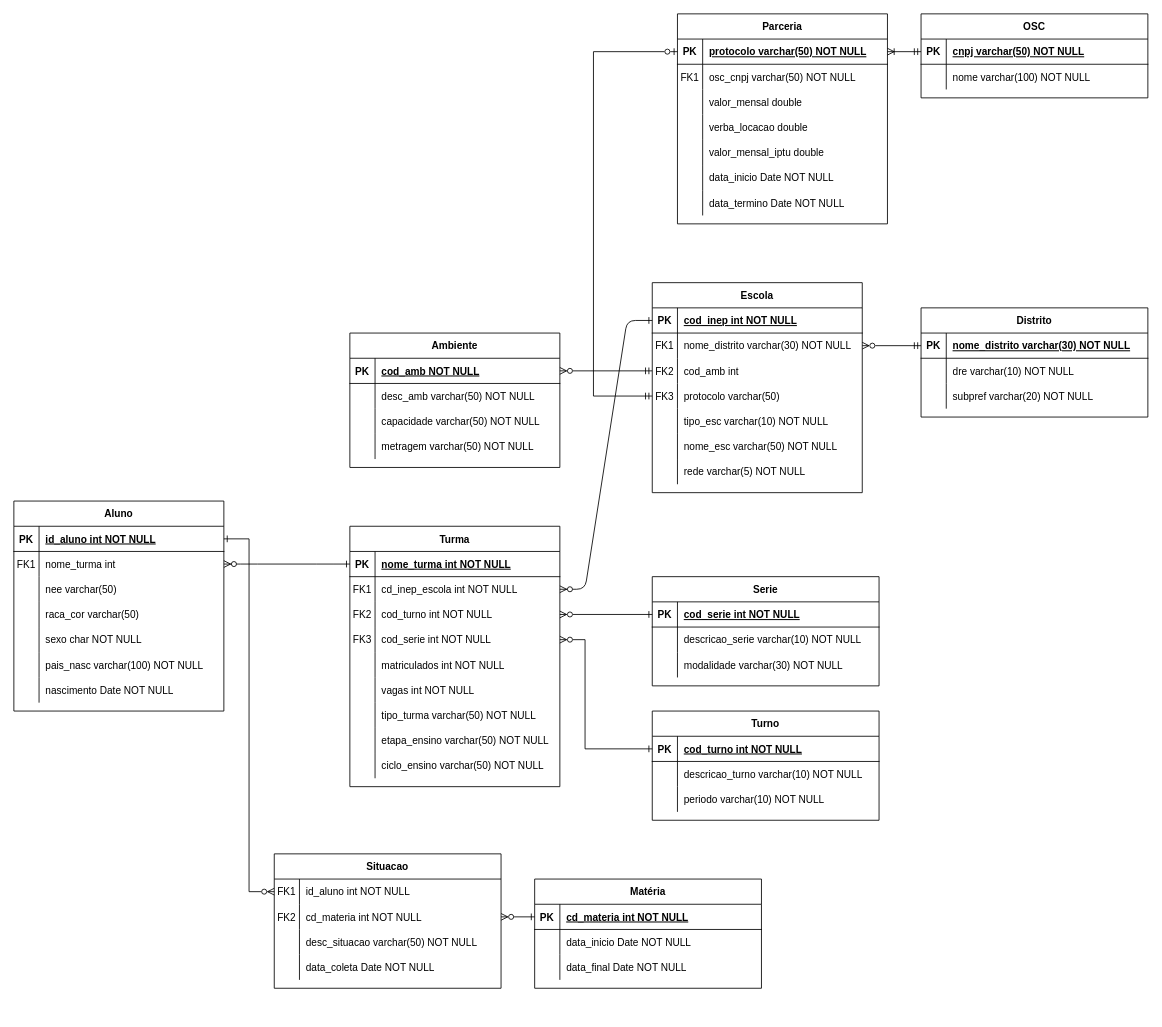
biabuarque/MC536 keeps this draw.io diagram as diagrams/diagrama.drawio. Above is the earlier version. Source tidied: cells renumbered, new cells numbered last; positions are measured from the earlier drawing's top-left corner, leaving out a move shared by most shapes. Both pictures are drawn from the tidied source at 84%, with x=0, y=0 at pixel (13, 13).
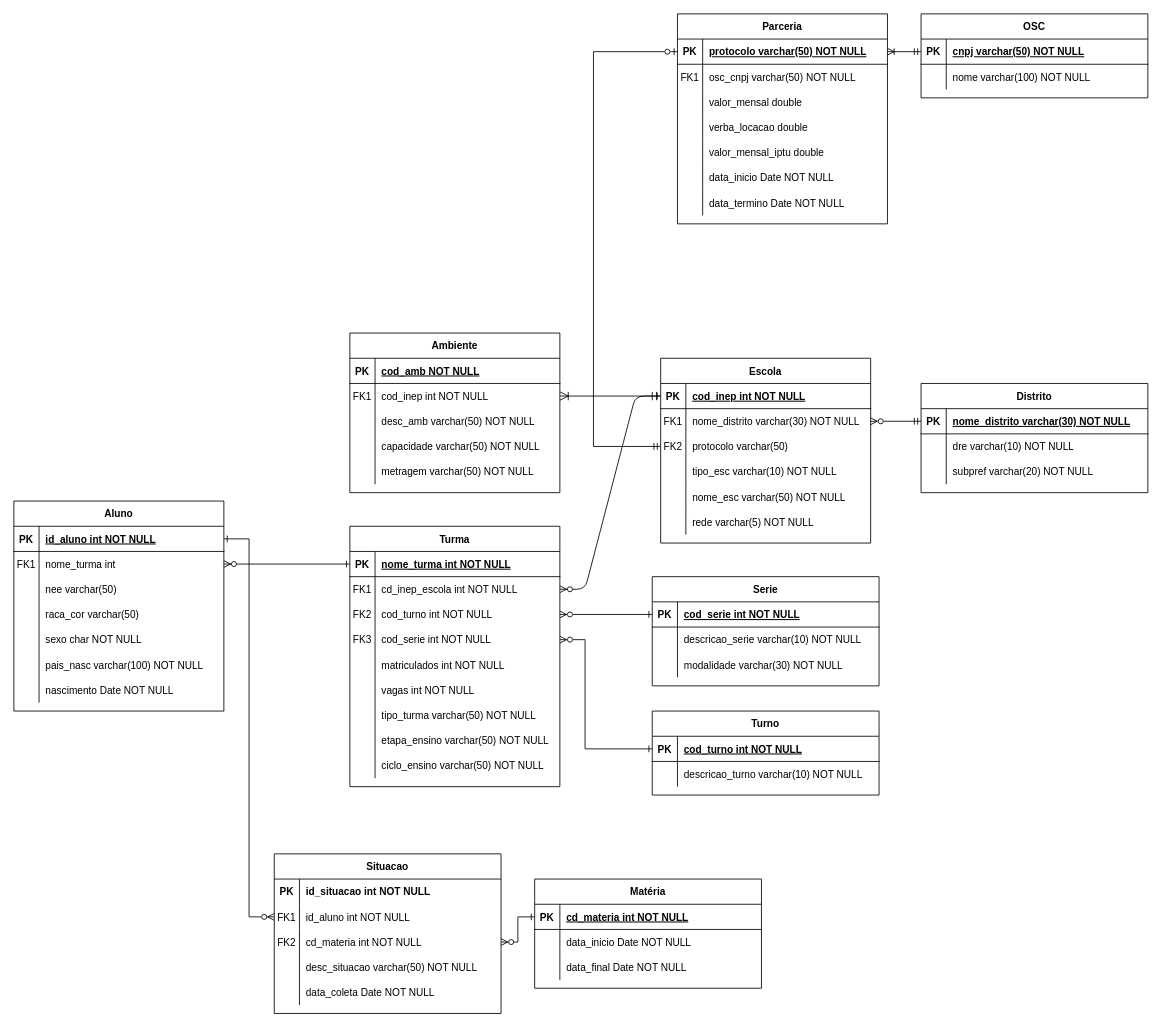
After the change.

The change refers to these unchanged cells:
```xml
<mxCell id="31" style="shape=partialRectangle;fillColor=none;points=[[0,0.5],[1,0.5]];portConstraint=eastwest;top=0;left=0;right=0;bottom=1;" parent="30" vertex="1">
  <mxGeometry y="30" width="250" height="30" as="geometry" />
</mxCell>
<mxCell id="53" style="shape=partialRectangle;fillColor=none;points=[[0,0.5],[1,0.5]];portConstraint=eastwest;top=0;left=0;right=0;bottom=1;" parent="52" vertex="1">
  <mxGeometry y="30" width="250" height="30" as="geometry" />
</mxCell>
<mxCell id="135" style="shape=partialRectangle;fillColor=none;points=[[0,0.5],[1,0.5]];portConstraint=eastwest;top=0;left=0;right=0;bottom=1;" parent="134" vertex="1">
  <mxGeometry y="30" width="250" height="30" as="geometry" />
</mxCell>
<mxCell id="138" style="shape=partialRectangle;fillColor=none;points=[[0,0.5],[1,0.5]];portConstraint=eastwest;top=0;left=0;right=0;bottom=0;" parent="134" vertex="1">
  <mxGeometry y="60" width="250" height="30" as="geometry" />
</mxCell>
<mxCell id="149" style="shape=partialRectangle;fillColor=none;points=[[0,0.5],[1,0.5]];portConstraint=eastwest;top=0;left=0;right=0;bottom=1;" parent="148" vertex="1">
  <mxGeometry y="30" width="250" height="30" as="geometry" />
</mxCell>
```

What changed in the source:
```diff
@@
     <mxCell id="30" value="Escola" style="shape=table;startSize=30;childLayout=tableLayout;rowLines=0;fontStyle=1;align=center;" parent="1" vertex="1">
-      <mxGeometry x="760" y="320" width="250" height="250" as="geometry" />
+      <mxGeometry x="770" y="410" width="250" height="220" as="geometry" />
     </mxCell>
@@
-    <mxCell id="37" style="shape=partialRectangle;fillColor=none;points=[[0,0.5],[1,0.5]];portConstraint=eastwest;top=0;left=0;right=0;bottom=0;" parent="30" vertex="1">
-      <mxGeometry y="90" width="250" height="30" as="geometry" />
-    </mxCell>
-    <mxCell id="38" value="FK2" style="shape=partialRectangle;overflow=hidden;fillColor=none;top=0;left=0;bottom=0;right=0;" parent="37" vertex="1">
-      <mxGeometry width="30" height="30" as="geometry" />
-    </mxCell>
-    <mxCell id="39" value="cod_amb int " style="shape=partialRectangle;overflow=hidden;fillColor=none;top=0;left=0;bottom=0;right=0;align=left;spacingLeft=6;" parent="37" vertex="1">
-      <mxGeometry x="30" width="220" height="30" as="geometry" />
-    </mxCell>
     <mxCell id="40" style="shape=partialRectangle;fillColor=none;points=[[0,0.5],[1,0.5]];portConstraint=eastwest;top=0;left=0;right=0;bottom=0;" parent="30" vertex="1">
-      <mxGeometry y="120" width="250" height="30" as="geometry" />
+      <mxGeometry y="90" width="250" height="30" as="geometry" />
     </mxCell>
-    <mxCell id="41" value="FK3" style="shape=partialRectangle;overflow=hidden;fillColor=none;top=0;left=0;bottom=0;right=0;" parent="40" vertex="1">
+    <mxCell id="41" value="FK2" style="shape=partialRectangle;overflow=hidden;fillColor=none;top=0;left=0;bottom=0;right=0;" parent="40" vertex="1">
       <mxGeometry width="30" height="30" as="geometry" />
     </mxCell>
@@
     <mxCell id="43" style="shape=partialRectangle;fillColor=none;top=0;left=0;right=0;bottom=0;" parent="30" vertex="1">
-      <mxGeometry y="150" width="250" height="30" as="geometry" />
+      <mxGeometry y="120" width="250" height="30" as="geometry" />
     </mxCell>
@@
     <mxCell id="46" style="shape=partialRectangle;fillColor=none;top=0;left=0;right=0;bottom=0;" parent="30" vertex="1">
-      <mxGeometry y="180" width="250" height="30" as="geometry" />
+      <mxGeometry y="150" width="250" height="30" as="geometry" />
     </mxCell>
@@
     <mxCell id="49" style="shape=partialRectangle;fillColor=none;top=0;left=0;right=0;bottom=0;" parent="30" vertex="1">
-      <mxGeometry y="210" width="250" height="30" as="geometry" />
+      <mxGeometry y="180" width="250" height="30" as="geometry" />
     </mxCell>
@@
     <mxCell id="74" value="Turno" style="shape=table;startSize=30;childLayout=tableLayout;rowLines=0;fontStyle=1;align=center;" parent="1" vertex="1">
-      <mxGeometry x="760" y="830" width="270" height="130" as="geometry" />
+      <mxGeometry x="760" y="830" width="270" height="100" as="geometry" />
     </mxCell>
@@
-    <mxCell id="81" style="shape=partialRectangle;fillColor=none;top=0;left=0;right=0;bottom=0;" parent="74" vertex="1">
-      <mxGeometry y="90" width="270" height="30" as="geometry" />
-    </mxCell>
-    <mxCell id="82" style="shape=partialRectangle;overflow=hidden;fillColor=none;top=0;left=0;bottom=0;right=0;" parent="81" vertex="1">
-      <mxGeometry width="30" height="30" as="geometry" />
-    </mxCell>
-    <mxCell id="83" value="periodo varchar(10) NOT NULL" style="shape=partialRectangle;overflow=hidden;fillColor=none;top=0;left=0;bottom=0;right=0;align=left;spacingLeft=6;" parent="81" vertex="1">
-      <mxGeometry x="30" width="240" height="30" as="geometry" />
-    </mxCell>
@@
     <mxCell id="98" value="Distrito" style="shape=table;startSize=30;childLayout=tableLayout;rowLines=0;fontStyle=1;align=center;" parent="1" vertex="1">
-      <mxGeometry x="1080" y="350" width="270" height="130" as="geometry" />
+      <mxGeometry x="1080" y="440" width="270" height="130" as="geometry" />
     </mxCell>
@@
     <mxCell id="119" value="Situacao" style="shape=table;startSize=30;childLayout=tableLayout;rowLines=0;fontStyle=1;align=center;" parent="1" vertex="1">
-      <mxGeometry x="310" y="1000" width="270" height="160" as="geometry" />
+      <mxGeometry x="310" y="1000" width="270" height="190" as="geometry" />
     </mxCell>
+    <mxCell id="179" style="shape=partialRectangle;fillColor=none;top=0;left=0;right=0;bottom=0;" parent="119" vertex="1">
+      <mxGeometry y="30" width="270" height="30" as="geometry" />
+    </mxCell>
+    <mxCell id="180" value="PK" style="shape=partialRectangle;overflow=hidden;fillColor=none;top=0;left=0;bottom=0;right=0;fontStyle=1;" parent="179" vertex="1">
+      <mxGeometry width="30" height="30" as="geometry" />
+    </mxCell>
+    <mxCell id="181" value="id_situacao int NOT NULL" style="shape=partialRectangle;overflow=hidden;fillColor=none;top=0;left=0;bottom=0;right=0;align=left;spacingLeft=6;fontStyle=1;" parent="179" vertex="1">
+      <mxGeometry x="30" width="240" height="30" as="geometry" />
+    </mxCell>
     <mxCell id="120" style="shape=partialRectangle;fillColor=none;points=[[0,0.5],[1,0.5]];portConstraint=eastwest;top=0;left=0;right=0;bottom=0;" parent="119" vertex="1">
-      <mxGeometry y="30" width="270" height="30" as="geometry" />
+      <mxGeometry y="60" width="270" height="30" as="geometry" />
     </mxCell>
@@
     <mxCell id="123" style="shape=partialRectangle;fillColor=none;points=[[0,0.5],[1,0.5]];portConstraint=eastwest;top=0;left=0;right=0;bottom=0;" parent="119" vertex="1">
-      <mxGeometry y="60" width="270" height="30" as="geometry" />
+      <mxGeometry y="90" width="270" height="30" as="geometry" />
     </mxCell>
@@
     <mxCell id="126" style="shape=partialRectangle;fillColor=none;top=0;left=0;right=0;bottom=0;" parent="119" vertex="1">
-      <mxGeometry y="90" width="270" height="30" as="geometry" />
+      <mxGeometry y="120" width="270" height="30" as="geometry" />
     </mxCell>
@@
     <mxCell id="129" style="shape=partialRectangle;fillColor=none;top=0;left=0;right=0;bottom=0;" parent="119" vertex="1">
-      <mxGeometry y="120" width="270" height="30" as="geometry" />
+      <mxGeometry y="150" width="270" height="30" as="geometry" />
     </mxCell>
@@
     <mxCell id="132" style="edgeStyle=orthogonalEdgeStyle;rounded=0;jettySize=auto;html=1;exitX=1;exitY=0.5;exitDx=0;exitDy=0;entryX=0;entryY=0.5;entryDx=0;entryDy=0;startArrow=ERone;startFill=0;endArrow=ERzeroToMany;endFill=0;" parent="1" edge="1" source="53" target="120">
       <mxGeometry relative="1" as="geometry">
         <Array as="points">
           <mxPoint x="280" y="625" />
-          <mxPoint x="280" y="1045" />
+          <mxPoint x="280" y="1075" />
         </Array>
       </mxGeometry>
     </mxCell>
@@
     <mxCell id="134" value="Ambiente" style="shape=table;startSize=30;childLayout=tableLayout;rowLines=0;fontStyle=1;align=center;" parent="1" vertex="1">
-      <mxGeometry x="400" y="380" width="250" height="160" as="geometry" />
+      <mxGeometry x="400" y="380" width="250" height="190" as="geometry" />
     </mxCell>
@@
-    <mxCell id="139" style="shape=partialRectangle;overflow=hidden;fillColor=none;top=0;left=0;bottom=0;right=0;" parent="138" vertex="1">
+    <mxCell id="139" value="FK1" style="shape=partialRectangle;overflow=hidden;fillColor=none;top=0;left=0;bottom=0;right=0;" parent="138" vertex="1">
       <mxGeometry width="30" height="30" as="geometry" />
     </mxCell>
-    <mxCell id="140" value="desc_amb varchar(50) NOT NULL" style="shape=partialRectangle;overflow=hidden;fillColor=none;top=0;left=0;bottom=0;right=0;align=left;spacingLeft=6;" parent="138" vertex="1">
+    <mxCell id="140" value="cod_inep int NOT NULL" style="shape=partialRectangle;overflow=hidden;fillColor=none;top=0;left=0;bottom=0;right=0;align=left;spacingLeft=6;" parent="138" vertex="1">
       <mxGeometry x="30" width="220" height="30" as="geometry" />
     </mxCell>
+    <mxCell id="37" style="shape=partialRectangle;fillColor=none;points=[[0,0.5],[1,0.5]];portConstraint=eastwest;top=0;left=0;right=0;bottom=0;" parent="134" vertex="1">
+      <mxGeometry y="90" width="250" height="30" as="geometry" />
+    </mxCell>
+    <mxCell id="82" style="shape=partialRectangle;overflow=hidden;fillColor=none;top=0;left=0;bottom=0;right=0;" parent="37" vertex="1">
+      <mxGeometry width="30" height="30" as="geometry" />
+    </mxCell>
+    <mxCell id="182" value="desc_amb varchar(50) NOT NULL" style="shape=partialRectangle;overflow=hidden;fillColor=none;top=0;left=0;bottom=0;right=0;align=left;spacingLeft=6;" parent="37" vertex="1">
+      <mxGeometry x="30" width="220" height="30" as="geometry" />
+    </mxCell>
     <mxCell id="141" style="shape=partialRectangle;fillColor=none;top=0;left=0;right=0;bottom=0;" parent="134" vertex="1">
-      <mxGeometry y="90" width="250" height="30" as="geometry" />
+      <mxGeometry y="120" width="250" height="30" as="geometry" />
     </mxCell>
@@
     <mxCell id="144" style="shape=partialRectangle;fillColor=none;top=0;left=0;right=0;bottom=0;" parent="134" vertex="1">
-      <mxGeometry y="120" width="250" height="30" as="geometry" />
+      <mxGeometry y="150" width="250" height="30" as="geometry" />
     </mxCell>
@@
-    <mxCell id="147" style="edgeStyle=orthogonalEdgeStyle;rounded=0;jettySize=auto;html=1;exitX=0;exitY=0.5;exitDx=0;exitDy=0;entryX=1;entryY=0.5;entryDx=0;entryDy=0;endArrow=ERzeroToMany;endFill=0;startArrow=ERmandOne;startFill=0;" parent="1" edge="1" source="37" target="135">
-      <mxGeometry relative="1" as="geometry" />
-    </mxCell>
@@
     <mxCell id="170" style="edgeStyle=orthogonalEdgeStyle;rounded=0;jettySize=auto;html=1;exitX=0;exitY=0.5;exitDx=0;exitDy=0;entryX=0;entryY=0.5;entryDx=0;entryDy=0;endArrow=ERmandOne;endFill=0;startArrow=ERzeroToOne;startFill=0;" parent="1" edge="1" source="149" target="40">
       <mxGeometry relative="1" as="geometry">
         <Array as="points">
           <mxPoint x="690" y="45" />
-          <mxPoint x="690" y="455" />
+          <mxPoint x="690" y="515" />
         </Array>
       </mxGeometry>
     </mxCell>
@@
+    <mxCell id="183" style="edgeStyle=none;curved=1;rounded=0;jettySize=auto;html=1;exitX=1;exitY=0.5;exitDx=0;exitDy=0;entryX=0;entryY=0.5;entryDx=0;entryDy=0;fontSize=12;startSize=8;endSize=8;endArrow=ERmandOne;endFill=0;startArrow=ERoneToMany;startFill=0;" parent="1" edge="1" source="138" target="31">
+      <mxGeometry relative="1" as="geometry" />
+    </mxCell>
```
